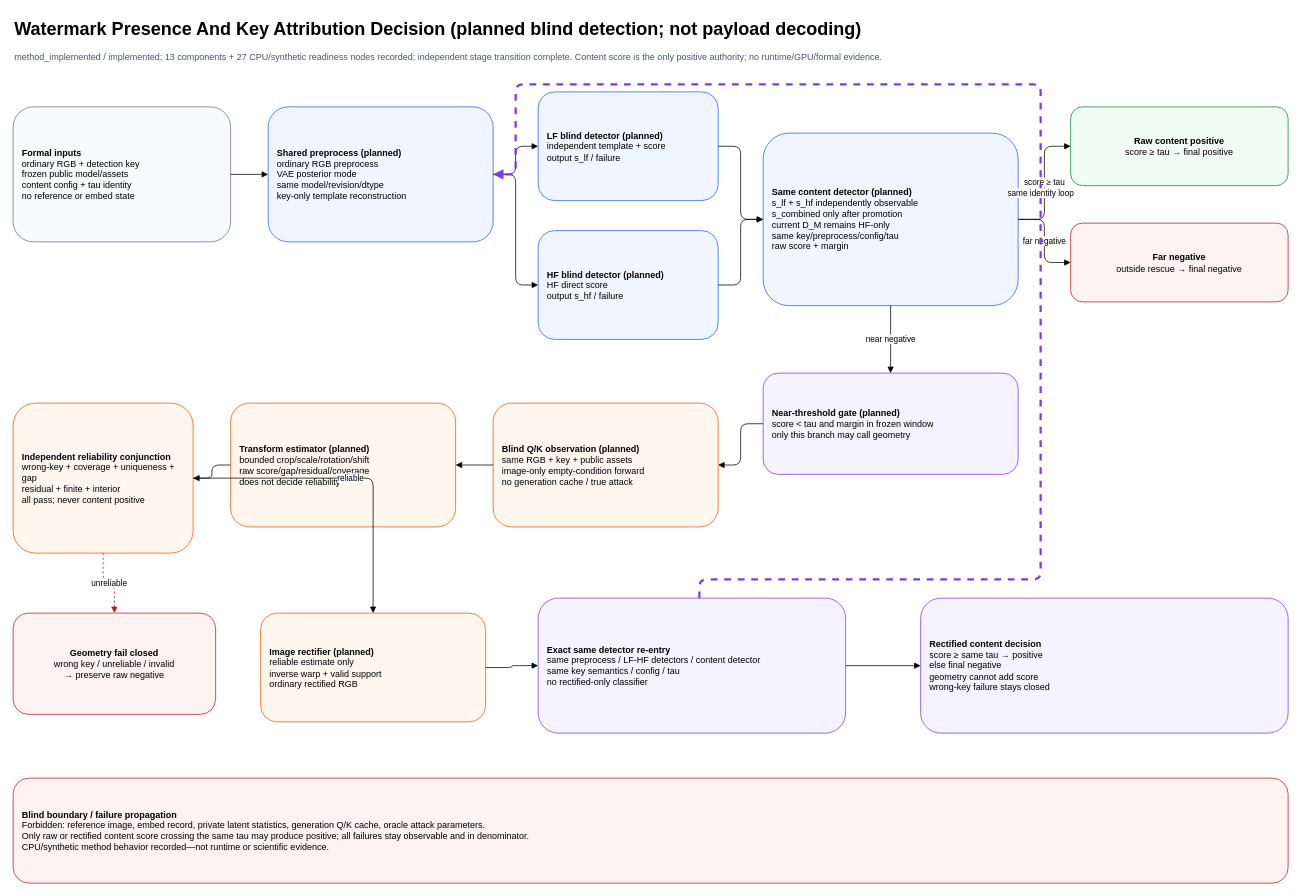
The draw.io diagram docs/design/diagrams/watermark_detection_and_key_attribution.drawio in RICHAAARC/CEG-WM, before the edit. Source tidied: cells renumbered, new cells numbered last; positions are measured from the earlier drawing's top-left corner, leaving out a move shared by most shapes. Both pictures are drawn from the tidied source at 75%, with x=0, y=0 at pixel (13, 13).
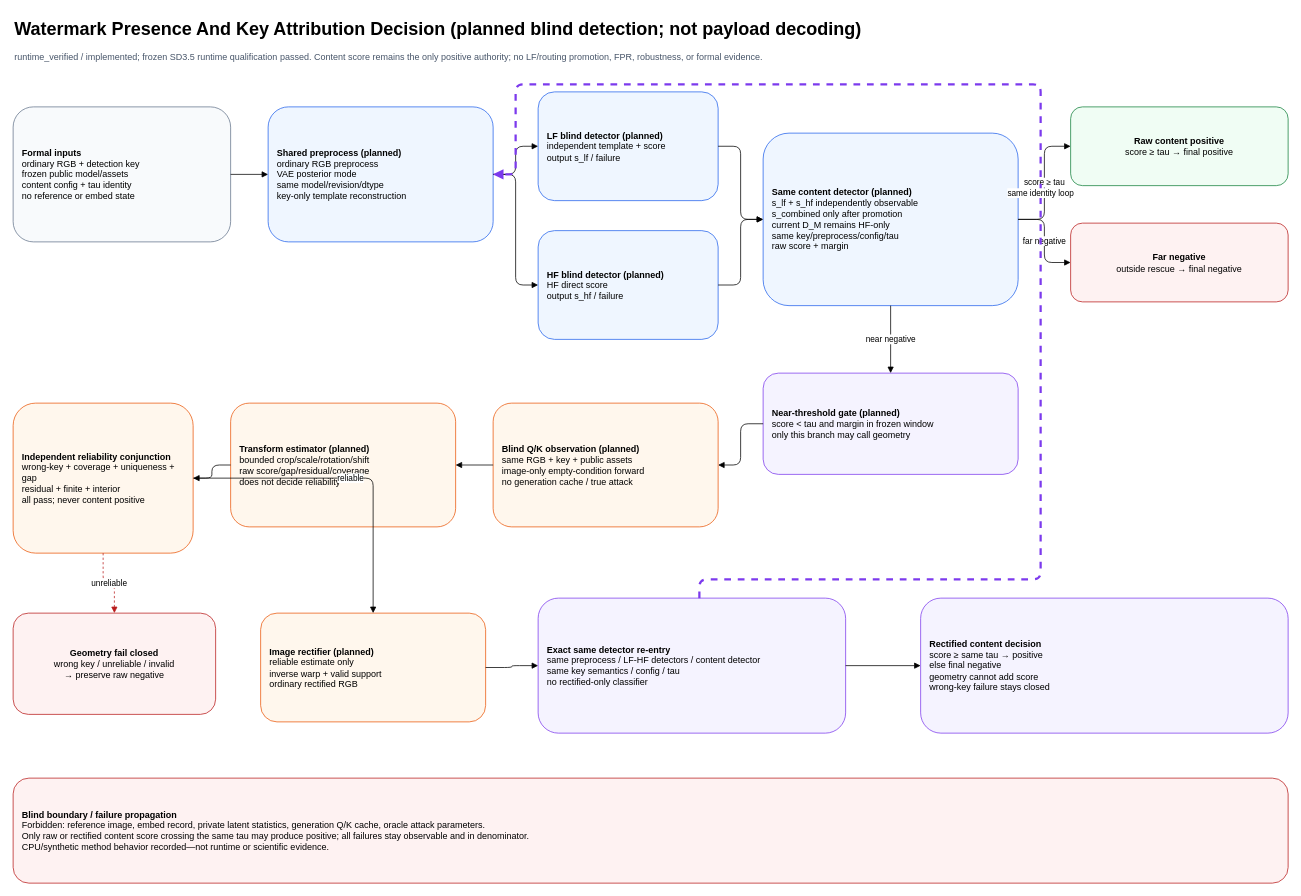
The same diagram, later.

Diff of the diagram source:
```diff
@@
-    <mxCell id="3" value="method_implemented / implemented; 13 components + 27 CPU/synthetic readiness nodes recorded; independent stage transition complete. Content score is the only positive authority; no runtime/GPU/formal evidence." style="text;html=1;fontSize=12;align=left;fontColor=#475569;" parent="1" vertex="1">
+    <mxCell id="3" value="runtime_verified / implemented; frozen SD3.5 runtime qualification passed. Content score remains the only positive authority; no LF/routing promotion, FPR, robustness, or formal evidence." style="text;html=1;fontSize=12;align=left;fontColor=#475569;" parent="1" vertex="1">
       <mxGeometry y="45" width="1500" height="45" as="geometry" />
     </mxCell>
```
